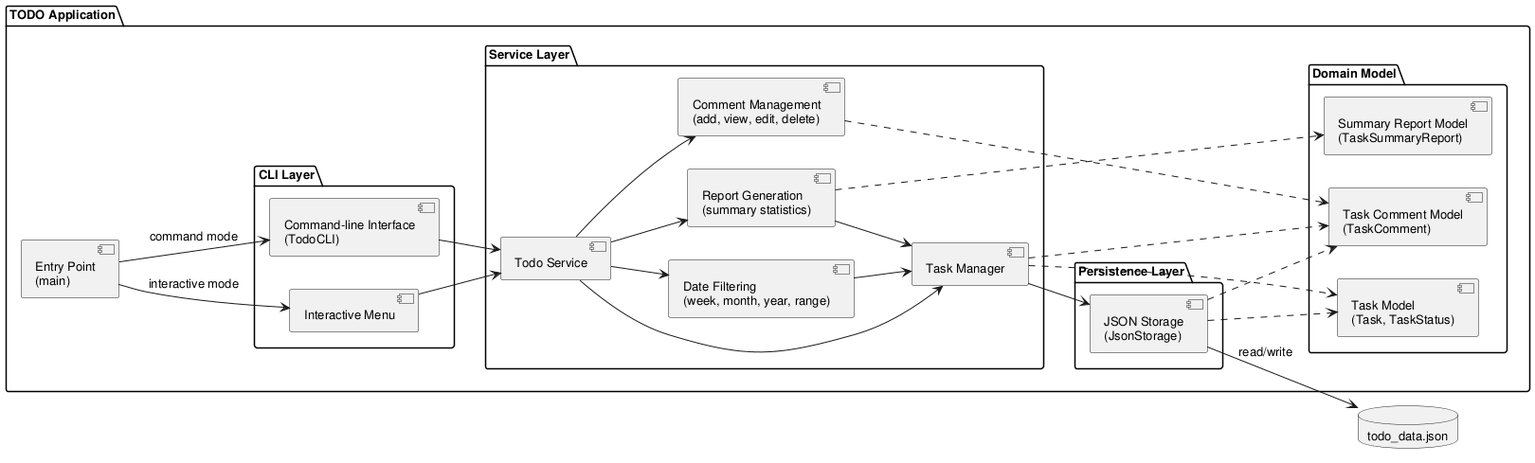
DanielRiha8906/Software_autoevolution_using_agents keeps this PlantUML diagram as experiments/pipeline/user_stories/TODO/artifacts/component_diagram.png. Above is the earlier version.
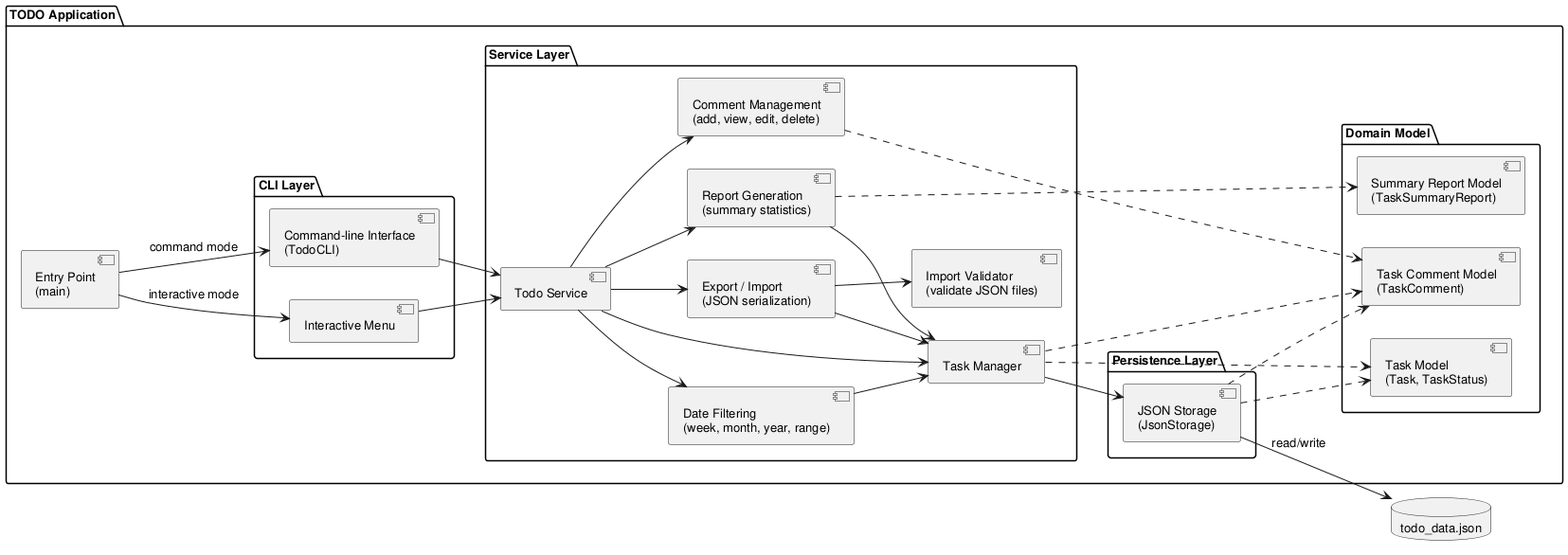
The same diagram one commit later.

The edit, as a diff of the source:
```diff
@@ -20,6 +20,8 @@
         component "Comment Management\n(add, view, edit, delete)" as CMT
         component "Date Filtering\n(week, month, year, range)" as DateFilter
         component "Report Generation\n(summary statistics)" as Report
+        component "Import Validator\n(validate JSON files)" as ImportVal
+        component "Export / Import\n(JSON serialization)" as ExportImport
     }
 
     package "Domain Model" {
@@ -45,6 +47,9 @@
 SVC --> CMT
 SVC --> DateFilter
 SVC --> Report
+SVC --> ExportImport
+ExportImport --> ImportVal
+ExportImport --> MGR
 DateFilter --> MGR
 Report --> MGR
 MGR --> Storage
```
